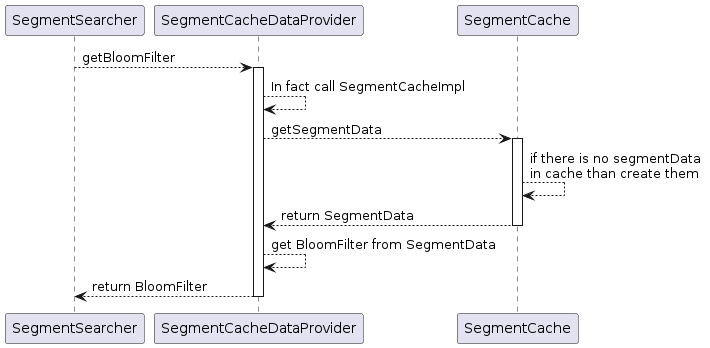
Above: docs/segment-cache-seq.png in jajir/HestiaStore (PlantUML), before the change.
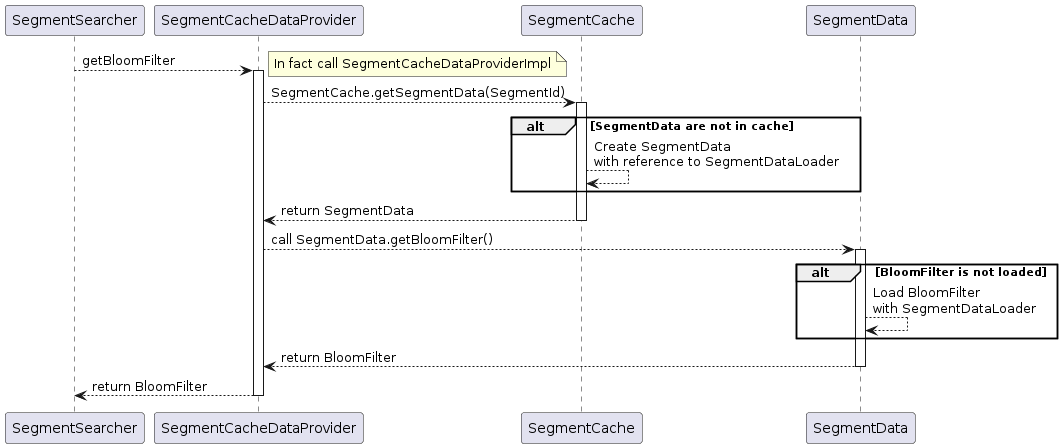
The same diagram one commit later.

Commit message:
sequece diagram was corrected #7

Change to the diagram source:
```diff
@@ -1,13 +1,23 @@
 @startuml
 SegmentSearcher --> SegmentCacheDataProvider: getBloomFilter
   activate SegmentCacheDataProvider
-  SegmentCacheDataProvider --> SegmentCacheDataProvider: In fact call SegmentCacheImpl
-  SegmentCacheDataProvider --> SegmentCache: getSegmentData
+  note right
+  In fact call SegmentCacheDataProviderImpl
+  end note
+  SegmentCacheDataProvider --> SegmentCache: SegmentCache.getSegmentData(SegmentId)
   activate SegmentCache
-  SegmentCache --> SegmentCache: if there is no segmentData \nin cache than create them
+  alt SegmentData are not in cache
+    SegmentCache --> SegmentCache: Create SegmentData \nwith reference to SegmentDataLoader
+  end
   SegmentCache --> SegmentCacheDataProvider: return SegmentData
   deactivate SegmentCache
-  SegmentCacheDataProvider --> SegmentCacheDataProvider: get BloomFilter from SegmentData
+  SegmentCacheDataProvider --> SegmentData: call SegmentData.getBloomFilter()
+  activate SegmentData
+  alt BloomFilter is not loaded
+    SegmentData --> SegmentData: Load BloomFilter \nwith SegmentDataLoader
+  end
+  SegmentData --> SegmentCacheDataProvider: return BloomFilter
+  deactivate SegmentData
   SegmentCacheDataProvider --> SegmentSearcher: return BloomFilter
   deactivate SegmentCacheDataProvider
 @enduml
```
